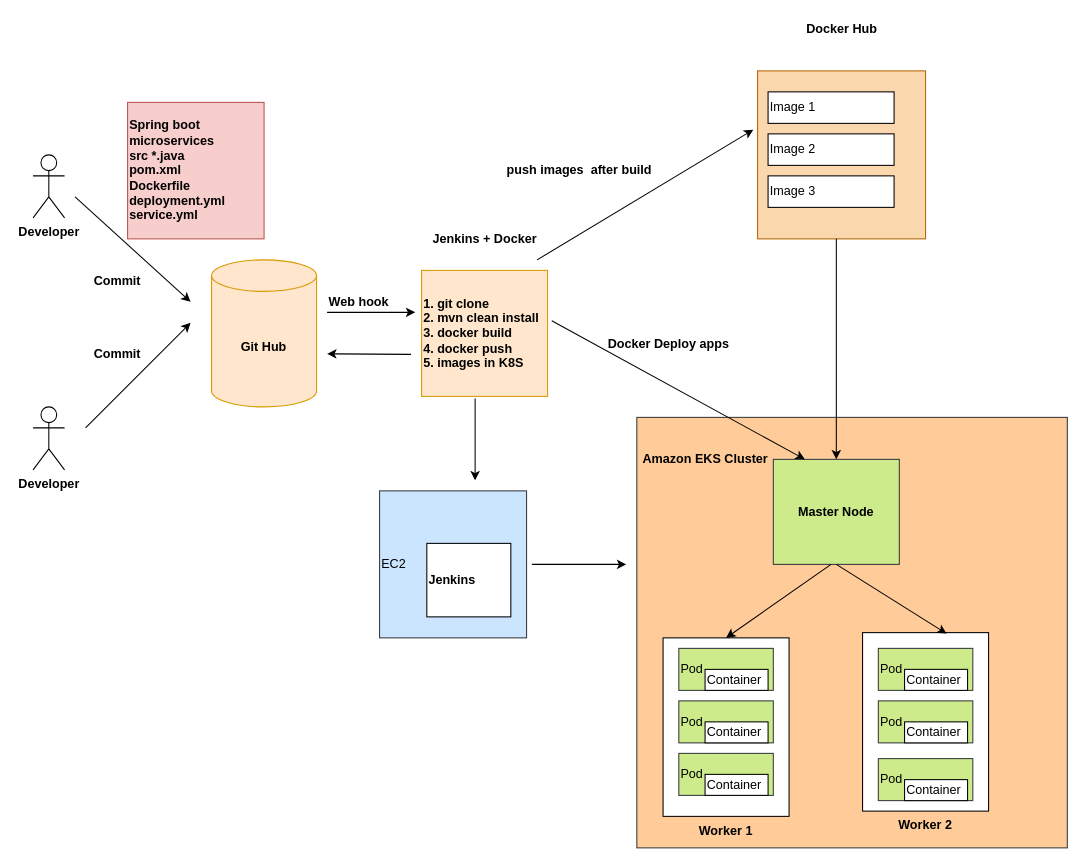
Before: Untitled Diagram.drawio in Shwetalishine/break-online-booking-system, a draw.io diagram. Source tidied: cells renumbered, new cells numbered last; positions are measured from the earlier drawing's top-left corner, leaving out a move shared by most shapes. Both pictures are drawn from the tidied source at 105%, with x=0, y=0 at pixel (33, 18).
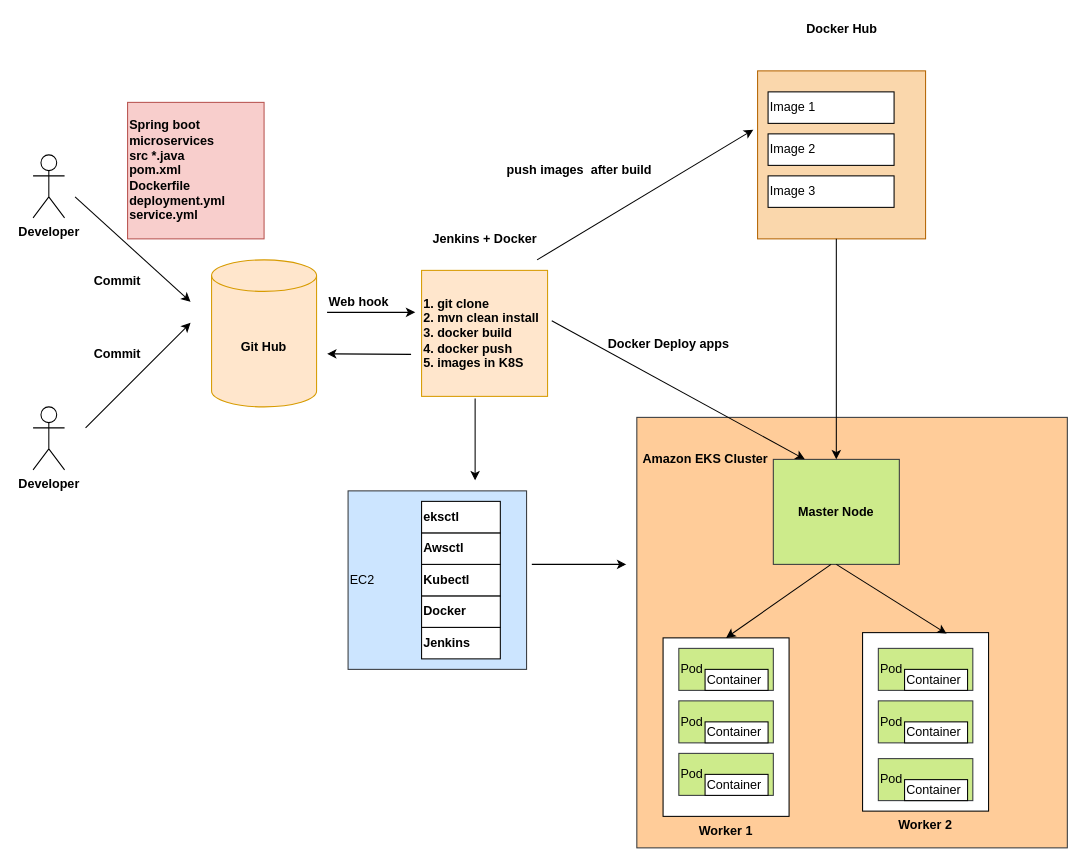
After the change.

The edit, as a diff of the source:
```diff
@@
     <mxCell id="45" value="EC2" style="whiteSpace=wrap;html=1;align=left;fillColor=#cce5ff;strokeColor=#36393d;" parent="1" vertex="1">
-      <mxGeometry x="330" y="450" width="140" height="140" as="geometry" />
+      <mxGeometry x="300" y="450" width="170" height="170" as="geometry" />
     </mxCell>
     <mxCell id="46" value="&lt;b&gt;Jenkins&lt;/b&gt;" style="rounded=0;whiteSpace=wrap;html=1;align=left;" parent="1" vertex="1">
-      <mxGeometry x="375" y="500" width="80" height="70" as="geometry" />
+      <mxGeometry x="370" y="580" width="75" height="30" as="geometry" />
     </mxCell>
@@
+    <mxCell id="49" value="&lt;b&gt;Docker&lt;/b&gt;" style="rounded=0;whiteSpace=wrap;html=1;align=left;" parent="1" vertex="1">
+      <mxGeometry x="370" y="550" width="75" height="30" as="geometry" />
+    </mxCell>
+    <mxCell id="50" value="&lt;b&gt;Kubectl&lt;/b&gt;" style="rounded=0;whiteSpace=wrap;html=1;align=left;" parent="1" vertex="1">
+      <mxGeometry x="370" y="520" width="75" height="30" as="geometry" />
+    </mxCell>
+    <mxCell id="51" value="&lt;b&gt;Awsctl&lt;/b&gt;" style="rounded=0;whiteSpace=wrap;html=1;align=left;" parent="1" vertex="1">
+      <mxGeometry x="370" y="490" width="75" height="30" as="geometry" />
+    </mxCell>
+    <mxCell id="52" value="&lt;b&gt;eksctl&lt;/b&gt;" style="rounded=0;whiteSpace=wrap;html=1;align=left;" parent="1" vertex="1">
+      <mxGeometry x="370" y="460" width="75" height="30" as="geometry" />
+    </mxCell>
```
